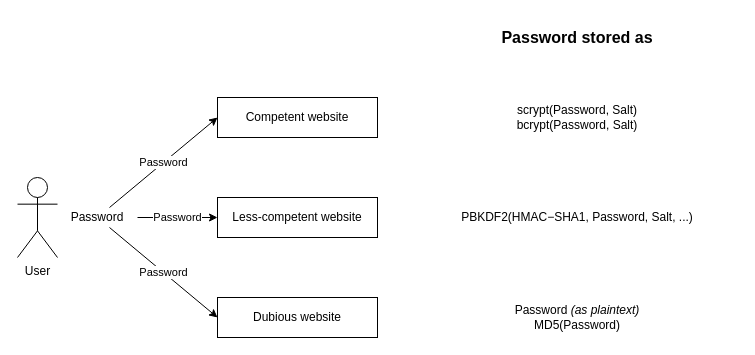
Earlier version of the draw.io diagram readme/No password manager.drawio (x42bn6/no-password-java). Source tidied: cells renumbered, new cells numbered last; positions are measured from the earlier drawing's top-left corner, leaving out a move shared by most shapes. Both pictures are drawn from the tidied source at 100%, with x=0, y=0 at pixel (17, 17).
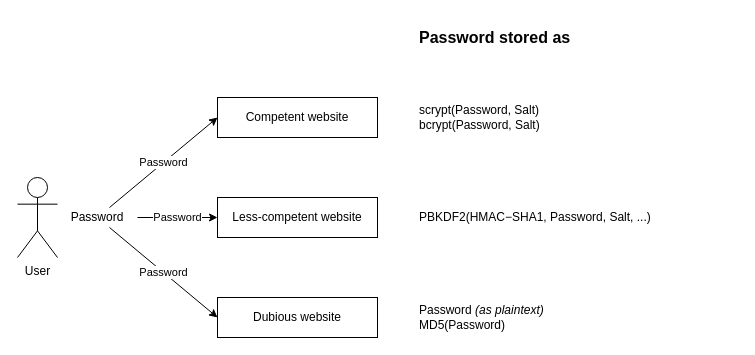
The same diagram, later.

Diff of the diagram source:
```diff
@@
 <mxGraphModel>
   <root>
     <mxCell id="0" />
     <mxCell id="1" parent="0" />
     <mxCell id="2" value="User" style="shape=umlActor;verticalLabelPosition=bottom;verticalAlign=top;html=1;" parent="1" vertex="1">
       <mxGeometry y="160" width="40" height="80" as="geometry" />
     </mxCell>
     <mxCell id="3" value="Password" style="text;html=1;strokeColor=none;fillColor=none;align=center;verticalAlign=middle;whiteSpace=wrap;rounded=0;" parent="1" vertex="1">
       <mxGeometry x="40" y="190" width="80" height="20" as="geometry" />
     </mxCell>
     <mxCell id="4" value="Competent website" style="rounded=0;whiteSpace=wrap;html=1;" parent="1" vertex="1">
       <mxGeometry x="200" y="80" width="160" height="40" as="geometry" />
     </mxCell>
     <mxCell id="5" value="Less-competent website" style="rounded=0;whiteSpace=wrap;html=1;" parent="1" vertex="1">
       <mxGeometry x="200" y="180" width="160" height="40" as="geometry" />
     </mxCell>
     <mxCell id="6" value="Dubious website" style="rounded=0;whiteSpace=wrap;html=1;" parent="1" vertex="1">
       <mxGeometry x="200" y="280" width="160" height="40" as="geometry" />
     </mxCell>
     <mxCell id="7" value="Password" style="endArrow=classic;html=1;entryX=0;entryY=0.5;entryDx=0;entryDy=0;" parent="1" edge="1" source="3" target="4">
       <mxGeometry relative="1" as="geometry" />
     </mxCell>
     <mxCell id="8" value="Password" style="endArrow=classic;html=1;" parent="1" edge="1" source="3" target="5">
       <mxGeometry relative="1" as="geometry" />
     </mxCell>
     <mxCell id="9" value="Password" style="endArrow=classic;html=1;entryX=0;entryY=0.5;entryDx=0;entryDy=0;" parent="1" edge="1" source="3" target="6">
       <mxGeometry relative="1" as="geometry" />
     </mxCell>
-    <mxCell id="10" value="&lt;b&gt;&lt;font style=&quot;font-size: 16px&quot;&gt;Password stored as&lt;br&gt;&lt;/font&gt;&lt;/b&gt;" style="text;html=1;strokeColor=none;fillColor=none;align=center;verticalAlign=middle;whiteSpace=wrap;rounded=0;" parent="1" vertex="1">
+    <mxCell id="10" value="&lt;b&gt;&lt;font style=&quot;font-size: 16px&quot;&gt;Password stored as&lt;br&gt;&lt;/font&gt;&lt;/b&gt;" style="text;html=1;strokeColor=none;fillColor=none;align=left;verticalAlign=middle;whiteSpace=wrap;rounded=0;" parent="1" vertex="1">
       <mxGeometry x="400" width="320" height="40" as="geometry" />
     </mxCell>
-    <mxCell id="11" value="&lt;div&gt;scrypt(Password, Salt)&lt;/div&gt;&lt;div&gt;bcrypt(Password, Salt)&lt;br&gt;&lt;/div&gt;" style="text;html=1;strokeColor=none;fillColor=none;align=center;verticalAlign=middle;whiteSpace=wrap;rounded=0;" parent="1" vertex="1">
+    <mxCell id="11" value="&lt;div&gt;scrypt(Password, Salt)&lt;/div&gt;&lt;div&gt;bcrypt(Password, Salt)&lt;br&gt;&lt;/div&gt;" style="text;html=1;strokeColor=none;fillColor=none;align=left;verticalAlign=middle;whiteSpace=wrap;rounded=0;" parent="1" vertex="1">
       <mxGeometry x="400" y="80" width="320" height="40" as="geometry" />
     </mxCell>
-    <mxCell id="12" value="PBKDF2(HMAC−SHA1, Password, Salt, ...)" style="text;html=1;strokeColor=none;fillColor=none;align=center;verticalAlign=middle;whiteSpace=wrap;rounded=0;" parent="1" vertex="1">
+    <mxCell id="12" value="PBKDF2(HMAC−SHA1, Password, Salt, ...)" style="text;html=1;strokeColor=none;fillColor=none;align=left;verticalAlign=middle;whiteSpace=wrap;rounded=0;" parent="1" vertex="1">
       <mxGeometry x="400" y="180" width="320" height="40" as="geometry" />
     </mxCell>
-    <mxCell id="13" value="&lt;div&gt;Password&lt;i&gt; (as plaintext)&lt;/i&gt;&lt;/div&gt;&lt;div&gt;MD5(Password)&lt;br&gt;&lt;/div&gt;" style="text;html=1;strokeColor=none;fillColor=none;align=center;verticalAlign=middle;whiteSpace=wrap;rounded=0;" parent="1" vertex="1">
+    <mxCell id="13" value="&lt;div&gt;Password&lt;i&gt; (as plaintext)&lt;/i&gt;&lt;/div&gt;&lt;div&gt;MD5(Password)&lt;br&gt;&lt;/div&gt;" style="text;html=1;strokeColor=none;fillColor=none;align=left;verticalAlign=middle;whiteSpace=wrap;rounded=0;" parent="1" vertex="1">
       <mxGeometry x="400" y="280" width="320" height="40" as="geometry" />
     </mxCell>
   </root>
 </mxGraphModel>
```
